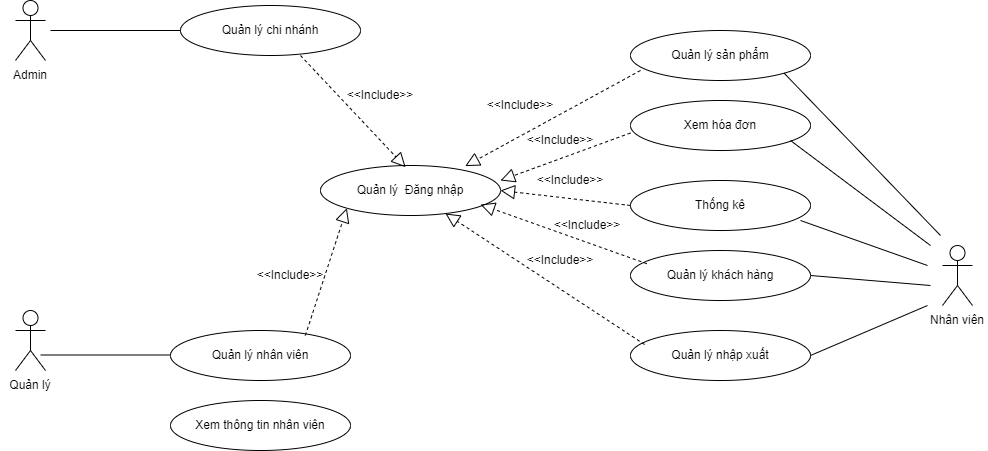
This is Sơ Đồ UseCase.png from ChauCongTu/thiet-ke-linh-tinh, a draw.io export, as it was before one commit. Source tidied: cells renumbered, new cells last; positions are measured from the earlier drawing's top-left corner, leaving out a move shared by most shapes.
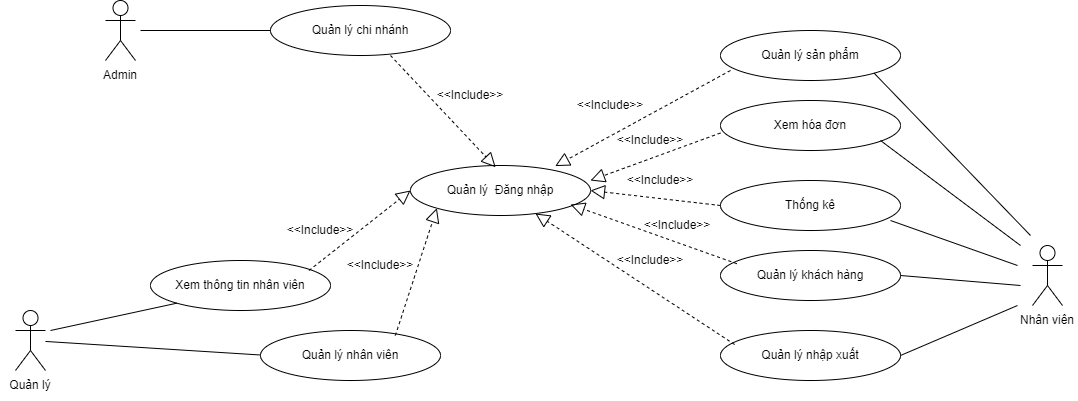
Above is the later version.

Commit message:
Cập nhật Sơ Đồ UseCase.png

What changed in the source:
```diff
@@ -15,10 +15,10 @@
       <mxGeometry x="927" y="305" width="60" height="30" as="geometry" />
     </mxCell>
     <mxCell id="6" value="Actor" style="shape=umlActor;verticalLabelPosition=bottom;verticalAlign=top;html=1;outlineConnect=0;labelPadding=0;noLabel=1;" parent="1" vertex="1">
-      <mxGeometry x="15" y="310" width="30" height="60" as="geometry" />
+      <mxGeometry x="-75" y="310" width="30" height="60" as="geometry" />
     </mxCell>
     <mxCell id="7" value="Quản lý" style="text;html=1;strokeColor=none;fillColor=none;align=center;verticalAlign=middle;whiteSpace=wrap;rounded=0;" parent="1" vertex="1">
-      <mxGeometry y="370" width="60" height="30" as="geometry" />
+      <mxGeometry x="-90" y="370" width="60" height="30" as="geometry" />
     </mxCell>
     <mxCell id="8" value="Quản lý chi nhánh" style="ellipse;whiteSpace=wrap;html=1;" parent="1" vertex="1">
       <mxGeometry x="180" y="5" width="180" height="50" as="geometry" />
@@ -43,9 +43,8 @@
         <mxPoint x="50" y="30" as="sourcePoint" />
       </mxGeometry>
     </mxCell>
-    <mxCell id="15" style="endArrow=none;html=1;rounded=0;entryX=0;entryY=0.5;entryDx=0;entryDy=0;" parent="1" edge="1">
+    <mxCell id="15" style="endArrow=none;html=1;rounded=0;entryX=0;entryY=0.5;entryDx=0;entryDy=0;" parent="1" edge="1" source="6">
       <mxGeometry relative="1" as="geometry">
-        <mxPoint x="40" y="354.5" as="sourcePoint" />
         <mxPoint x="170" y="354.5" as="targetPoint" />
       </mxGeometry>
     </mxCell>
@@ -91,7 +90,7 @@
     <mxCell id="24" value="&amp;lt;&amp;lt;Include&amp;gt;&amp;gt;" style="text;html=1;strokeColor=none;fillColor=none;align=center;verticalAlign=middle;whiteSpace=wrap;rounded=0;" parent="1" vertex="1">
       <mxGeometry x="350" y="80" width="60" height="30" as="geometry" />
     </mxCell>
-    <mxCell id="25" style="endArrow=block;dashed=1;endFill=0;endSize=12;html=1;rounded=0;entryX=0;entryY=1;entryDx=0;entryDy=0;exitX=1;exitY=1;exitDx=0;exitDy=0;" parent="1" edge="1" target="21">
+    <mxCell id="25" style="endArrow=block;dashed=1;endFill=0;endSize=12;html=1;rounded=0;entryX=0;entryY=1;entryDx=0;entryDy=0;exitX=1;exitY=1;exitDx=0;exitDy=0;fontStyle=1;" parent="1" edge="1" target="21">
       <mxGeometry relative="1" as="geometry">
         <mxPoint x="304.9" y="335" as="sourcePoint" />
       </mxGeometry>
@@ -120,7 +119,7 @@
       </mxGeometry>
     </mxCell>
     <mxCell id="31" value="&amp;lt;&amp;lt;Include&amp;gt;&amp;gt;" style="text;html=1;strokeColor=none;fillColor=none;align=center;verticalAlign=middle;whiteSpace=wrap;rounded=0;" parent="1" vertex="1">
-      <mxGeometry x="260" y="260" width="60" height="30" as="geometry" />
+      <mxGeometry x="260" y="250" width="60" height="30" as="geometry" />
     </mxCell>
     <mxCell id="32" value="&amp;lt;&amp;lt;Include&amp;gt;&amp;gt;" style="text;html=1;strokeColor=none;fillColor=none;align=center;verticalAlign=middle;whiteSpace=wrap;rounded=0;" parent="1" vertex="1">
       <mxGeometry x="490" y="90" width="60" height="30" as="geometry" />
@@ -138,7 +137,20 @@
       <mxGeometry x="530" y="250" width="60" height="20" as="geometry" />
     </mxCell>
     <mxCell id="37" value="Xem thông tin&amp;nbsp;nhân viên" style="ellipse;whiteSpace=wrap;html=1;" parent="1" vertex="1">
-      <mxGeometry x="170" y="400" width="180" height="50" as="geometry" />
+      <mxGeometry x="60" y="260" width="180" height="50" as="geometry" />
     </mxCell>
+    <mxCell id="38" style="endArrow=none;html=1;rounded=0;entryX=0;entryY=1;entryDx=0;entryDy=0;" parent="1" edge="1" target="37">
+      <mxGeometry relative="1" as="geometry">
+        <mxPoint x="-40" y="330" as="sourcePoint" />
+      </mxGeometry>
+    </mxCell>
+    <mxCell id="39" style="endArrow=block;dashed=1;endFill=0;endSize=12;html=1;rounded=0;entryX=0;entryY=0.5;entryDx=0;entryDy=0;exitX=1;exitY=1;exitDx=0;exitDy=0;" parent="1" edge="1" target="21">
+      <mxGeometry relative="1" as="geometry">
+        <mxPoint x="218.5" y="270" as="sourcePoint" />
+      </mxGeometry>
+    </mxCell>
+    <mxCell id="40" value="&amp;lt;&amp;lt;Include&amp;gt;&amp;gt;" style="text;html=1;strokeColor=none;fillColor=none;align=center;verticalAlign=middle;whiteSpace=wrap;rounded=0;" parent="1" vertex="1">
+      <mxGeometry x="200" y="215" width="60" height="30" as="geometry" />
+    </mxCell>
   </root>
 </mxGraphModel>
```
